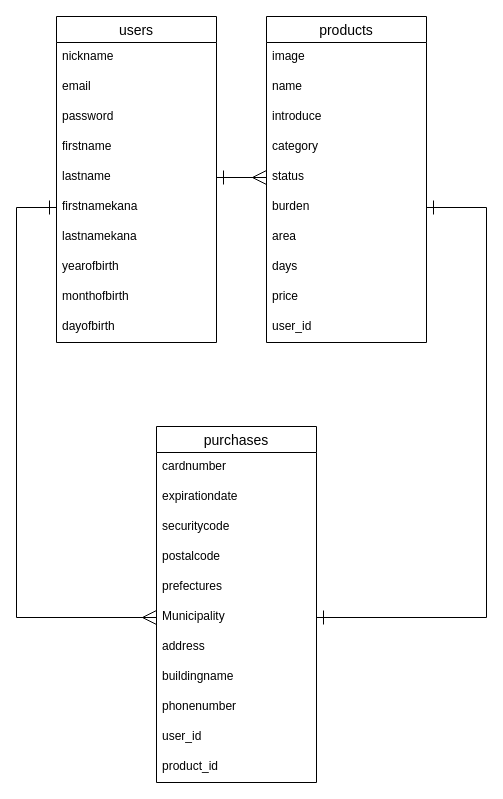
Before: ERpic.dio in masu1031/furima-35551, a draw.io diagram. Source tidied: cells renumbered, new cells numbered last; positions are measured from the earlier drawing's top-left corner, leaving out a move shared by most shapes. Both pictures are drawn from the tidied source at 100%, with x=0, y=0 at pixel (16, 16).
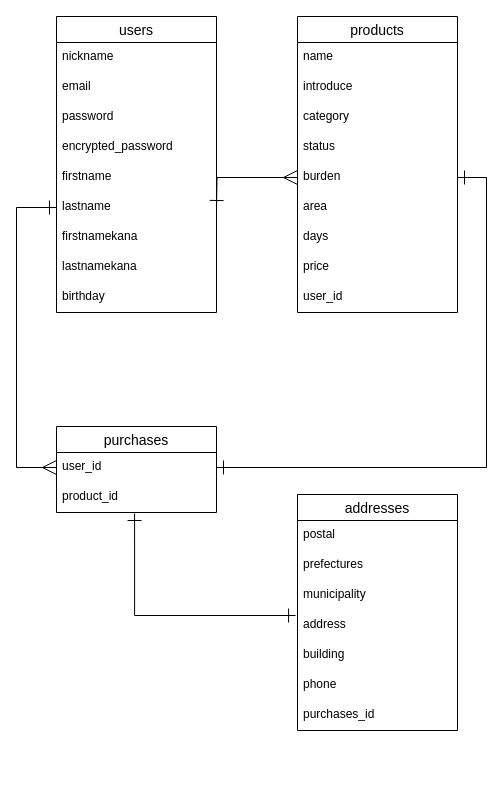
The same diagram, later.

Commit message (it also covers changes not shown here):
データベース設計　直し１

fix：データ型が不適当な箇所の修正など

Change to the diagram source:
```diff
@@
     <mxCell id="2" value="users" style="swimlane;fontStyle=0;horizontal=1;startSize=26;align=center;fontSize=14;" parent="1" vertex="1">
-      <mxGeometry x="40" width="160" height="326" as="geometry" />
+      <mxGeometry x="40" width="160" height="296" as="geometry" />
     </mxCell>
@@
-    <mxCell id="6" value="firstname" style="text;strokeColor=none;fillColor=none;spacingLeft=4;spacingRight=4;overflow=hidden;fontSize=12;" parent="2" vertex="1">
+    <mxCell id="6" value="encrypted_password" style="text;strokeColor=none;fillColor=none;spacingLeft=4;spacingRight=4;overflow=hidden;fontSize=12;" parent="2" vertex="1">
       <mxGeometry y="116" width="160" height="30" as="geometry" />
     </mxCell>
-    <mxCell id="7" value="lastname" style="text;strokeColor=none;fillColor=none;spacingLeft=4;spacingRight=4;overflow=hidden;fontSize=12;" parent="2" vertex="1">
+    <mxCell id="7" value="firstname" style="text;strokeColor=none;fillColor=none;spacingLeft=4;spacingRight=4;overflow=hidden;fontSize=12;" parent="2" vertex="1">
       <mxGeometry y="146" width="160" height="30" as="geometry" />
     </mxCell>
-    <mxCell id="8" value="firstnamekana" style="text;strokeColor=none;fillColor=none;spacingLeft=4;spacingRight=4;overflow=hidden;fontSize=12;" parent="2" vertex="1">
+    <mxCell id="8" value="lastname" style="text;strokeColor=none;fillColor=none;spacingLeft=4;spacingRight=4;overflow=hidden;fontSize=12;" parent="2" vertex="1">
       <mxGeometry y="176" width="160" height="30" as="geometry" />
     </mxCell>
-    <mxCell id="9" value="lastnamekana" style="text;strokeColor=none;fillColor=none;spacingLeft=4;spacingRight=4;overflow=hidden;fontSize=12;" parent="2" vertex="1">
+    <mxCell id="9" value="firstnamekana" style="text;strokeColor=none;fillColor=none;spacingLeft=4;spacingRight=4;overflow=hidden;fontSize=12;" parent="2" vertex="1">
       <mxGeometry y="206" width="160" height="30" as="geometry" />
     </mxCell>
-    <mxCell id="10" value="yearofbirth" style="text;strokeColor=none;fillColor=none;spacingLeft=4;spacingRight=4;overflow=hidden;fontSize=12;" parent="2" vertex="1">
+    <mxCell id="10" value="lastnamekana" style="text;strokeColor=none;fillColor=none;spacingLeft=4;spacingRight=4;overflow=hidden;fontSize=12;" parent="2" vertex="1">
       <mxGeometry y="236" width="160" height="30" as="geometry" />
     </mxCell>
-    <mxCell id="11" value="monthofbirth" style="text;strokeColor=none;fillColor=none;spacingLeft=4;spacingRight=4;overflow=hidden;fontSize=12;" parent="2" vertex="1">
+    <mxCell id="11" value="birthday" style="text;strokeColor=none;fillColor=none;spacingLeft=4;spacingRight=4;overflow=hidden;fontSize=12;" parent="2" vertex="1">
       <mxGeometry y="266" width="160" height="30" as="geometry" />
     </mxCell>
-    <mxCell id="12" value="dayofbirth" style="text;strokeColor=none;fillColor=none;spacingLeft=4;spacingRight=4;overflow=hidden;fontSize=12;" parent="2" vertex="1">
-      <mxGeometry y="296" width="160" height="30" as="geometry" />
-    </mxCell>
     <mxCell id="13" value="products" style="swimlane;fontStyle=0;horizontal=1;startSize=26;align=center;fontSize=14;" parent="1" vertex="1">
-      <mxGeometry x="250" width="160" height="326" as="geometry" />
+      <mxGeometry x="281" width="160" height="296" as="geometry" />
     </mxCell>
-    <mxCell id="14" value="image" style="text;strokeColor=none;fillColor=none;spacingLeft=4;spacingRight=4;overflow=hidden;fontSize=12;" parent="13" vertex="1">
-      <mxGeometry y="26" width="160" height="30" as="geometry" />
-    </mxCell>
     <mxCell id="15" value="name" style="text;strokeColor=none;fillColor=none;spacingLeft=4;spacingRight=4;overflow=hidden;fontSize=12;" parent="13" vertex="1">
-      <mxGeometry y="56" width="160" height="30" as="geometry" />
+      <mxGeometry y="26" width="160" height="30" as="geometry" />
     </mxCell>
     <mxCell id="16" value="introduce" style="text;strokeColor=none;fillColor=none;spacingLeft=4;spacingRight=4;overflow=hidden;fontSize=12;" parent="13" vertex="1">
-      <mxGeometry y="86" width="160" height="30" as="geometry" />
+      <mxGeometry y="56" width="160" height="30" as="geometry" />
     </mxCell>
     <mxCell id="17" value="category" style="text;strokeColor=none;fillColor=none;spacingLeft=4;spacingRight=4;overflow=hidden;fontSize=12;" parent="13" vertex="1">
-      <mxGeometry y="116" width="160" height="30" as="geometry" />
+      <mxGeometry y="86" width="160" height="30" as="geometry" />
     </mxCell>
     <mxCell id="18" value="status" style="text;strokeColor=none;fillColor=none;spacingLeft=4;spacingRight=4;overflow=hidden;points=[[0,0.5],[1,0.5]];portConstraint=eastwest;fontSize=12;" parent="13" vertex="1">
-      <mxGeometry y="146" width="160" height="30" as="geometry" />
+      <mxGeometry y="116" width="160" height="30" as="geometry" />
     </mxCell>
     <mxCell id="19" value="burden" style="text;strokeColor=none;fillColor=none;spacingLeft=4;spacingRight=4;overflow=hidden;points=[[0,0.5],[1,0.5]];portConstraint=eastwest;fontSize=12;" parent="13" vertex="1">
-      <mxGeometry y="176" width="160" height="30" as="geometry" />
+      <mxGeometry y="146" width="160" height="30" as="geometry" />
     </mxCell>
     <mxCell id="20" value="area" style="text;strokeColor=none;fillColor=none;spacingLeft=4;spacingRight=4;overflow=hidden;fontSize=12;" parent="13" vertex="1">
-      <mxGeometry y="206" width="160" height="30" as="geometry" />
+      <mxGeometry y="176" width="160" height="30" as="geometry" />
     </mxCell>
     <mxCell id="21" value="days" style="text;strokeColor=none;fillColor=none;spacingLeft=4;spacingRight=4;overflow=hidden;fontSize=12;" parent="13" vertex="1">
-      <mxGeometry y="236" width="160" height="30" as="geometry" />
+      <mxGeometry y="206" width="160" height="30" as="geometry" />
     </mxCell>
     <mxCell id="22" value="price" style="text;strokeColor=none;fillColor=none;spacingLeft=4;spacingRight=4;overflow=hidden;fontSize=12;" parent="13" vertex="1">
-      <mxGeometry y="266" width="160" height="30" as="geometry" />
+      <mxGeometry y="236" width="160" height="30" as="geometry" />
     </mxCell>
     <mxCell id="23" value="user_id" style="text;strokeColor=none;fillColor=none;spacingLeft=4;spacingRight=4;overflow=hidden;fontSize=12;" parent="13" vertex="1">
-      <mxGeometry y="296" width="160" height="30" as="geometry" />
+      <mxGeometry y="266" width="160" height="30" as="geometry" />
     </mxCell>
     <mxCell id="24" value="purchases" style="swimlane;fontStyle=0;horizontal=1;startSize=26;align=center;fontSize=14;" parent="1" vertex="1">
-      <mxGeometry x="140" y="410" width="160" height="356" as="geometry" />
+      <mxGeometry x="40" y="410" width="160" height="86" as="geometry" />
     </mxCell>
-    <mxCell id="25" value="cardnumber" style="text;strokeColor=none;fillColor=none;spacingLeft=4;spacingRight=4;overflow=hidden;fontSize=12;" parent="24" vertex="1">
-      <mxGeometry y="26" width="160" height="30" as="geometry" />
-    </mxCell>
-    <mxCell id="26" value="expirationdate" style="text;strokeColor=none;fillColor=none;spacingLeft=4;spacingRight=4;overflow=hidden;fontSize=12;" parent="24" vertex="1">
-      <mxGeometry y="56" width="160" height="30" as="geometry" />
-    </mxCell>
-    <mxCell id="27" value="securitycode" style="text;strokeColor=none;fillColor=none;spacingLeft=4;spacingRight=4;overflow=hidden;fontSize=12;" parent="24" vertex="1">
-      <mxGeometry y="86" width="160" height="30" as="geometry" />
-    </mxCell>
-    <mxCell id="28" value="postalcode" style="text;strokeColor=none;fillColor=none;spacingLeft=4;spacingRight=4;overflow=hidden;fontSize=12;" parent="24" vertex="1">
-      <mxGeometry y="116" width="160" height="30" as="geometry" />
-    </mxCell>
-    <mxCell id="29" value="prefectures" style="text;strokeColor=none;fillColor=none;spacingLeft=4;spacingRight=4;overflow=hidden;fontSize=12;" parent="24" vertex="1">
-      <mxGeometry y="146" width="160" height="30" as="geometry" />
-    </mxCell>
-    <mxCell id="30" value="Municipality" style="text;strokeColor=none;fillColor=none;spacingLeft=4;spacingRight=4;overflow=hidden;points=[[0,0.5],[1,0.5]];portConstraint=eastwest;fontSize=12;" parent="24" vertex="1">
-      <mxGeometry y="176" width="160" height="30" as="geometry" />
-    </mxCell>
-    <mxCell id="31" value="address" style="text;strokeColor=none;fillColor=none;spacingLeft=4;spacingRight=4;overflow=hidden;points=[[0,0.5],[1,0.5]];portConstraint=eastwest;fontSize=12;" parent="24" vertex="1">
-      <mxGeometry y="206" width="160" height="30" as="geometry" />
-    </mxCell>
-    <mxCell id="32" value="buildingname" style="text;strokeColor=none;fillColor=none;spacingLeft=4;spacingRight=4;overflow=hidden;fontSize=12;" parent="24" vertex="1">
-      <mxGeometry y="236" width="160" height="30" as="geometry" />
-    </mxCell>
-    <mxCell id="33" value="phonenumber" style="text;strokeColor=none;fillColor=none;spacingLeft=4;spacingRight=4;overflow=hidden;fontSize=12;" parent="24" vertex="1">
-      <mxGeometry y="266" width="160" height="30" as="geometry" />
-    </mxCell>
     <mxCell id="34" value="user_id" style="text;strokeColor=none;fillColor=none;spacingLeft=4;spacingRight=4;overflow=hidden;fontSize=12;" parent="24" vertex="1">
-      <mxGeometry y="296" width="160" height="30" as="geometry" />
+      <mxGeometry y="26" width="160" height="30" as="geometry" />
     </mxCell>
     <mxCell id="35" value="product_id" style="text;strokeColor=none;fillColor=none;spacingLeft=4;spacingRight=4;overflow=hidden;points=[[0,0.5],[1,0.5]];portConstraint=eastwest;fontSize=12;" parent="24" vertex="1">
-      <mxGeometry y="326" width="160" height="30" as="geometry" />
+      <mxGeometry y="56" width="160" height="30" as="geometry" />
     </mxCell>
-    <mxCell id="36" style="edgeStyle=orthogonalEdgeStyle;rounded=0;jettySize=auto;html=1;endArrow=ERmany;endFill=0;endSize=12;startArrow=ERone;startFill=0;startSize=12;" parent="1" edge="1" target="18">
+    <mxCell id="36" style="edgeStyle=orthogonalEdgeStyle;rounded=0;jettySize=auto;html=1;endArrow=ERmany;endFill=0;endSize=12;startArrow=ERone;startFill=0;startSize=12;entryX=0;entryY=0.5;entryDx=0;entryDy=0;" parent="1" edge="1" target="19">
       <mxGeometry relative="1" as="geometry">
-        <mxPoint x="200" y="161" as="sourcePoint" />
-        <Array as="points">
-          <mxPoint x="270" y="161" />
-          <mxPoint x="270" y="161" />
-        </Array>
+        <mxPoint x="200" y="191" as="sourcePoint" />
       </mxGeometry>
     </mxCell>
-    <mxCell id="37" style="edgeStyle=orthogonalEdgeStyle;rounded=0;jumpSize=16;jettySize=auto;html=1;endArrow=ERmany;endFill=0;entryX=0;entryY=0.5;entryDx=0;entryDy=0;startArrow=ERone;startFill=0;exitX=0;exitY=0.5;exitDx=0;exitDy=0;startSize=12;endSize=12;" parent="1" edge="1" target="30">
+    <mxCell id="37" style="edgeStyle=orthogonalEdgeStyle;rounded=0;jumpSize=16;orthogonalLoop=1;jettySize=auto;html=1;endArrow=ERmany;endFill=0;entryX=0;entryY=0.5;entryDx=0;entryDy=0;startArrow=ERone;startFill=0;exitX=0;exitY=0.5;exitDx=0;exitDy=0;startSize=12;endSize=12;" parent="1" edge="1">
       <mxGeometry relative="1" as="geometry">
         <mxPoint x="40" y="191" as="sourcePoint" />
+        <mxPoint x="40" y="451" as="targetPoint" />
         <Array as="points">
           <mxPoint y="191" />
-          <mxPoint y="601" />
+          <mxPoint y="451" />
         </Array>
       </mxGeometry>
     </mxCell>
-    <mxCell id="38" style="edgeStyle=orthogonalEdgeStyle;rounded=0;jumpSize=16;jettySize=auto;html=1;entryX=1;entryY=0.5;entryDx=0;entryDy=0;endArrow=ERone;endFill=0;startArrow=ERone;startFill=0;exitX=1;exitY=0.5;exitDx=0;exitDy=0;endSize=12;startSize=12;" parent="1" edge="1" source="19" target="30">
+    <mxCell id="38" style="edgeStyle=orthogonalEdgeStyle;rounded=0;jumpSize=16;jettySize=auto;html=1;entryX=1;entryY=0.5;entryDx=0;entryDy=0;endArrow=ERone;endFill=0;startArrow=ERone;startFill=0;exitX=1;exitY=0.5;exitDx=0;exitDy=0;endSize=12;startSize=12;" parent="1" edge="1" source="19">
       <mxGeometry relative="1" as="geometry">
+        <mxPoint x="200" y="451" as="targetPoint" />
         <Array as="points">
-          <mxPoint x="470" y="191" />
-          <mxPoint x="470" y="601" />
+          <mxPoint x="470" y="161" />
+          <mxPoint x="470" y="451" />
         </Array>
       </mxGeometry>
     </mxCell>
+    <mxCell id="39" value="addresses" style="swimlane;fontStyle=0;horizontal=1;startSize=26;align=center;fontSize=14;" parent="1" vertex="1">
+      <mxGeometry x="281" y="478" width="160" height="236" as="geometry" />
+    </mxCell>
+    <mxCell id="40" value="postal" style="text;strokeColor=none;fillColor=none;spacingLeft=4;spacingRight=4;overflow=hidden;fontSize=12;" parent="39" vertex="1">
+      <mxGeometry y="26" width="160" height="30" as="geometry" />
+    </mxCell>
+    <mxCell id="29" value="prefectures" style="text;strokeColor=none;fillColor=none;spacingLeft=4;spacingRight=4;overflow=hidden;fontSize=12;" parent="39" vertex="1">
+      <mxGeometry y="56" width="160" height="30" as="geometry" />
+    </mxCell>
+    <mxCell id="41" value="municipality" style="text;strokeColor=none;fillColor=none;spacingLeft=4;spacingRight=4;overflow=hidden;fontSize=12;" parent="39" vertex="1">
+      <mxGeometry y="86" width="160" height="30" as="geometry" />
+    </mxCell>
+    <mxCell id="31" value="address" style="text;strokeColor=none;fillColor=none;spacingLeft=4;spacingRight=4;overflow=hidden;points=[[0,0.5],[1,0.5]];portConstraint=eastwest;fontSize=12;" parent="39" vertex="1">
+      <mxGeometry y="116" width="160" height="30" as="geometry" />
+    </mxCell>
+    <mxCell id="42" value="building" style="text;strokeColor=none;fillColor=none;spacingLeft=4;spacingRight=4;overflow=hidden;fontSize=12;" parent="39" vertex="1">
+      <mxGeometry y="146" width="160" height="30" as="geometry" />
+    </mxCell>
+    <mxCell id="43" value="phone" style="text;strokeColor=none;fillColor=none;spacingLeft=4;spacingRight=4;overflow=hidden;fontSize=12;" parent="39" vertex="1">
+      <mxGeometry y="176" width="160" height="30" as="geometry" />
+    </mxCell>
+    <mxCell id="44" value="purchases_id" style="text;strokeColor=none;fillColor=none;spacingLeft=4;spacingRight=4;overflow=hidden;fontSize=12;" parent="39" vertex="1">
+      <mxGeometry y="206" width="160" height="30" as="geometry" />
+    </mxCell>
+    <mxCell id="45" style="edgeStyle=orthogonalEdgeStyle;rounded=0;jumpSize=16;jettySize=auto;html=1;entryX=0.488;entryY=1.033;entryDx=0;entryDy=0;endArrow=ERone;endFill=0;startArrow=ERone;startFill=0;exitX=-0.012;exitY=0.167;exitDx=0;exitDy=0;endSize=12;startSize=12;exitPerimeter=0;entryPerimeter=0;" parent="1" edge="1" source="31" target="35">
+      <mxGeometry relative="1" as="geometry">
+        <Array as="points">
+          <mxPoint x="118" y="599" />
+        </Array>
+      </mxGeometry>
+    </mxCell>
```
